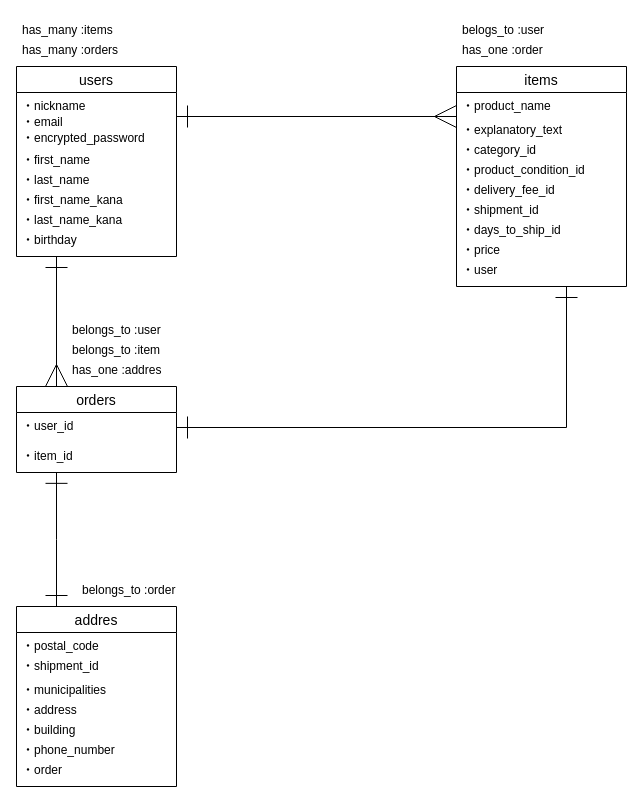
Before: furima.dio in shimazaki-koji/furima-33364, a draw.io diagram. Source tidied: cells renumbered, new cells numbered last; positions are measured from the earlier drawing's top-left corner, leaving out a move shared by most shapes. Both pictures are drawn from the tidied source at 100%, with x=0, y=0 at pixel (16, 16).
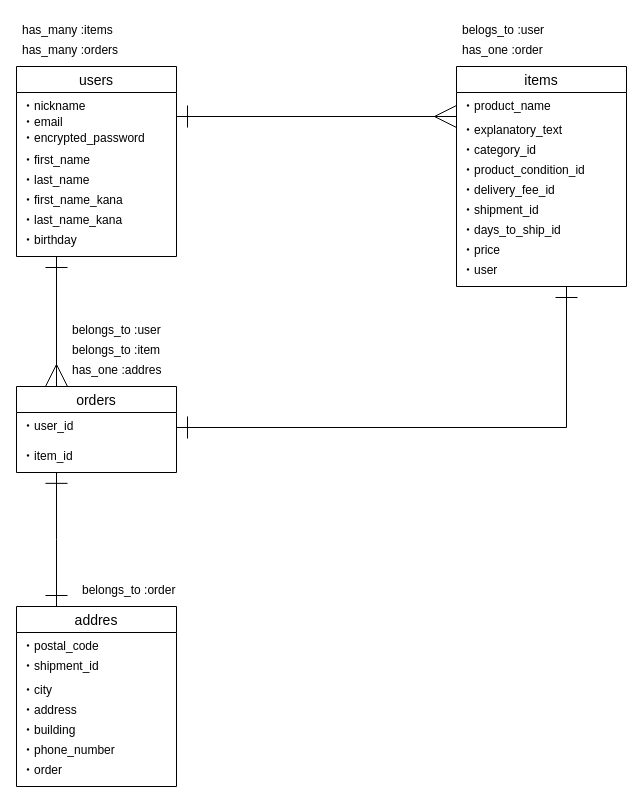
Above is the later version.

Unchanged cells that the change refers to:
```xml
<mxCell id="25" value="addres" style="swimlane;fontStyle=0;horizontal=1;startSize=26;align=center;fontSize=14;" parent="1" vertex="1">
  <mxGeometry y="590" width="160" height="180" as="geometry" />
</mxCell>
```

The edit, as a diff of the source:
```diff
@@
-    <mxCell id="28" value="・municipalities" style="text;strokeColor=none;fillColor=none;spacingLeft=4;spacingRight=4;overflow=hidden;fontSize=12;" parent="25" vertex="1">
+    <mxCell id="28" value="・city" style="text;strokeColor=none;fillColor=none;spacingLeft=4;spacingRight=4;overflow=hidden;fontSize=12;" parent="25" vertex="1">
       <mxGeometry y="70" width="160" height="20" as="geometry" />
     </mxCell>
```
